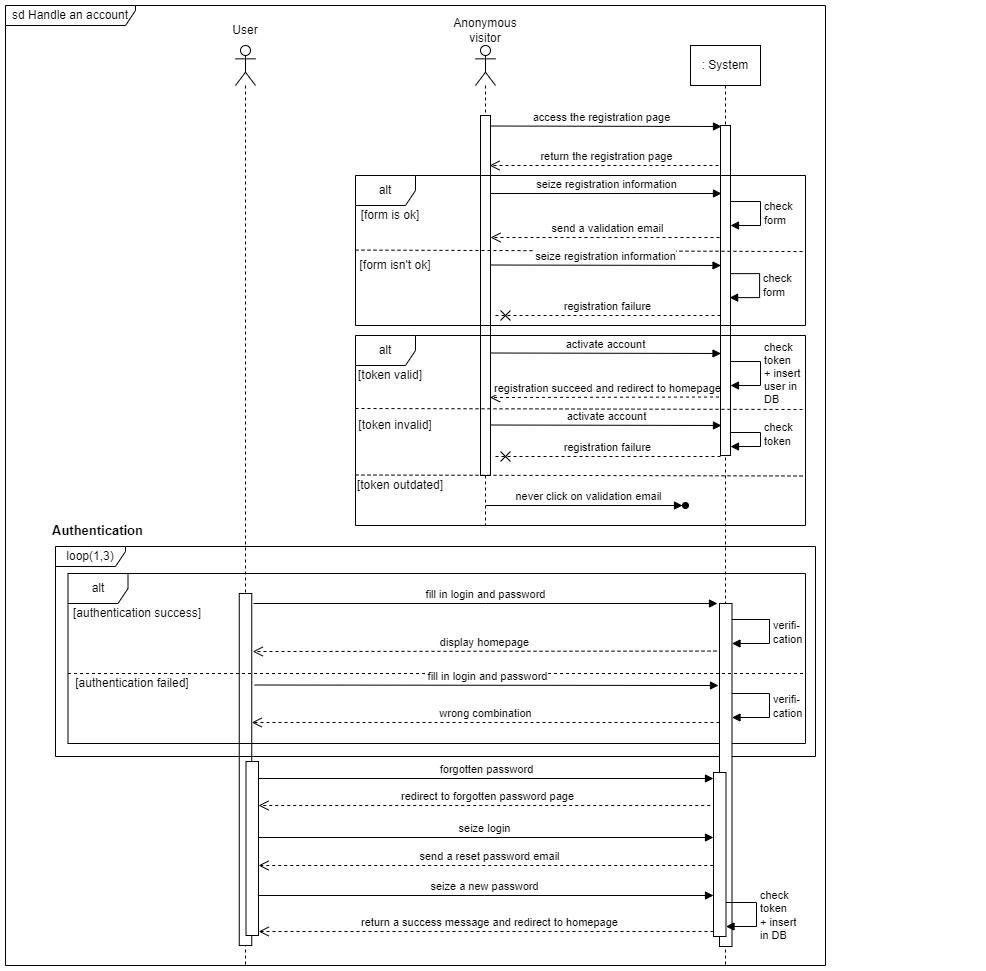
Before: diagrammes/Seq - Handle an account.drawio.png, a diagram exported from draw.io (David-Renard/OC-p6). Source tidied: cells renumbered, new cells last; positions are measured from the earlier drawing's top-left corner, leaving out a move shared by most shapes.
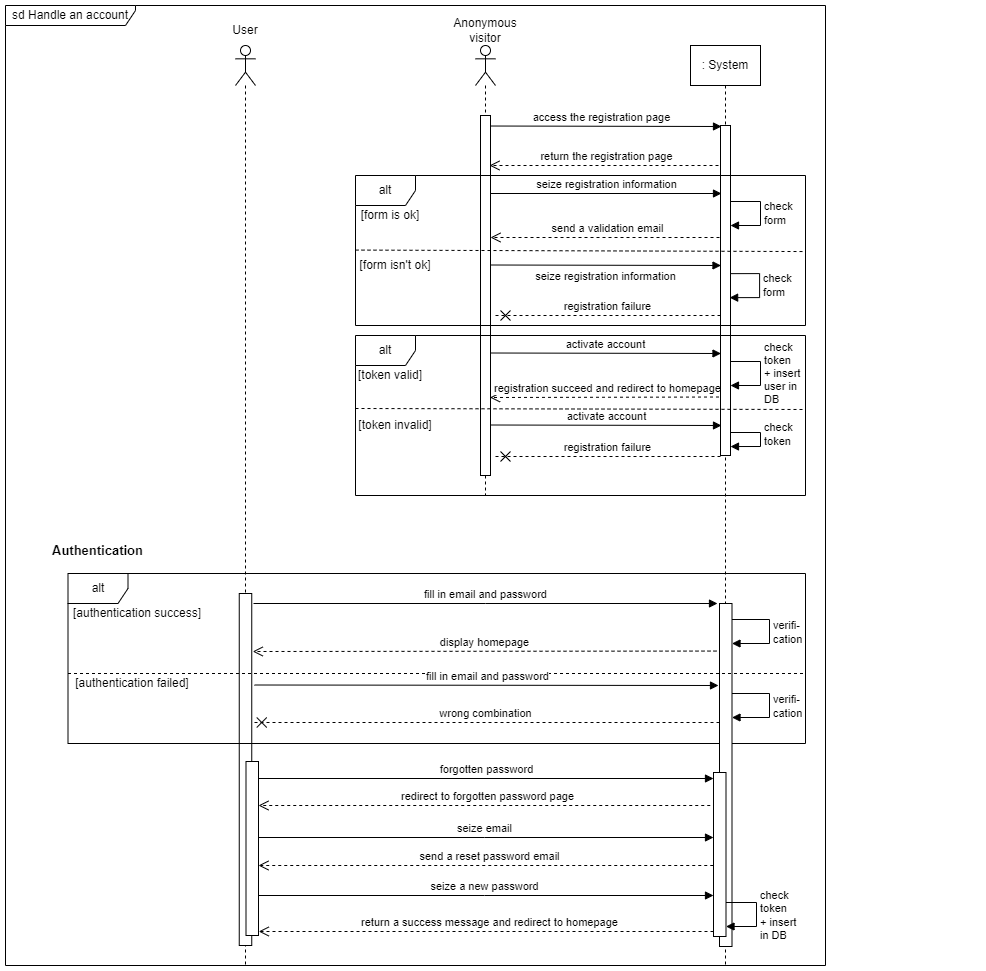
The same diagram one commit later.

What changed in the source:
```diff
@@ -78,7 +78,7 @@
       </mxGeometry>
     </mxCell>
     <mxCell id="17" style="shape=umlLifeline;perimeter=lifelinePerimeter;whiteSpace=wrap;html=1;newEdgeStyle={&quot;edgeStyle&quot;:&quot;elbowEdgeStyle&quot;,&quot;elbow&quot;:&quot;vertical&quot;,&quot;curved&quot;:0,&quot;rounded&quot;:0};participant=umlActor;" parent="1" vertex="1">
-      <mxGeometry x="470" y="40" width="20" height="480" as="geometry" />
+      <mxGeometry x="470" y="40" width="20" height="450" as="geometry" />
     </mxCell>
     <mxCell id="18" style="html=1;points=[];perimeter=orthogonalPerimeter;outlineConnect=0;targetShapes=umlLifeline;portConstraint=eastwest;newEdgeStyle={&quot;edgeStyle&quot;:&quot;elbowEdgeStyle&quot;,&quot;elbow&quot;:&quot;vertical&quot;,&quot;curved&quot;:0,&quot;rounded&quot;:0};" parent="17" vertex="1">
       <mxGeometry x="5" y="70" width="10" height="360" as="geometry" />
@@ -87,7 +87,7 @@
       <mxGeometry x="210" y="10" width="60" height="30" as="geometry" />
     </mxCell>
     <mxCell id="20" value="alt" style="shape=umlFrame;whiteSpace=wrap;html=1;" parent="1" vertex="1">
-      <mxGeometry x="350" y="330" width="450" height="190" as="geometry" />
+      <mxGeometry x="350" y="330" width="450" height="160" as="geometry" />
     </mxCell>
     <mxCell id="21" value="activate account" style="html=1;verticalAlign=bottom;endArrow=block;edgeStyle=elbowEdgeStyle;elbow=vertical;curved=0;rounded=0;" parent="1" edge="1">
       <mxGeometry relative="1" as="geometry">
@@ -166,34 +166,10 @@
         </Array>
       </mxGeometry>
     </mxCell>
-    <mxCell id="34" style="endArrow=none;dashed=1;html=1;rounded=0;exitX=0;exitY=0.386;exitDx=0;exitDy=0;exitPerimeter=0;" parent="1" edge="1">
-      <mxGeometry relative="1" as="geometry">
-        <mxPoint x="350" y="469.5" as="sourcePoint" />
-        <mxPoint x="800" y="470.5" as="targetPoint" />
-      </mxGeometry>
-    </mxCell>
-    <mxCell id="35" value="[token outdated]" style="text;html=1;strokeColor=none;fillColor=none;align=center;verticalAlign=middle;whiteSpace=wrap;rounded=0;" parent="1" vertex="1">
-      <mxGeometry x="350" y="470" width="90" height="20" as="geometry" />
-    </mxCell>
-    <mxCell id="36" style="group;" parent="1" vertex="1">
-      <mxGeometry x="480.5" y="500" width="199.5" as="geometry" />
-    </mxCell>
-    <mxCell id="37" value="never click on validation email" style="html=1;verticalAlign=bottom;endArrow=block;edgeStyle=elbowEdgeStyle;elbow=vertical;curved=0;rounded=0;" parent="36" edge="1">
-      <mxGeometry relative="1" as="geometry">
-        <mxPoint x="7.5" as="sourcePoint" />
-        <mxPoint x="196.5" as="targetPoint" />
-      </mxGeometry>
-    </mxCell>
-    <mxCell id="38" style="html=1;verticalAlign=bottom;endArrow=oval;edgeStyle=elbowEdgeStyle;elbow=vertical;curved=0;rounded=0;endFill=1;" parent="36" edge="1">
-      <mxGeometry relative="1" as="geometry">
-        <mxPoint as="sourcePoint" />
-        <mxPoint x="199.5" as="targetPoint" />
-      </mxGeometry>
-    </mxCell>
     <mxCell id="39" style="group;" parent="1" vertex="1">
       <mxGeometry x="50" y="541" width="925" height="400" as="geometry" />
     </mxCell>
-    <mxCell id="40" value="fill in login and password" style="html=1;verticalAlign=bottom;endArrow=block;edgeStyle=elbowEdgeStyle;elbow=vertical;curved=0;rounded=0;" parent="39" edge="1">
+    <mxCell id="40" value="fill in email and password" style="html=1;verticalAlign=bottom;endArrow=block;edgeStyle=elbowEdgeStyle;elbow=vertical;curved=0;rounded=0;" parent="39" edge="1">
       <mxGeometry relative="1" as="geometry">
         <mxPoint x="198" y="57" as="sourcePoint" />
         <mxPoint x="662" y="57" as="targetPoint" />
@@ -208,9 +184,6 @@
     <mxCell id="43" value="[authentication success]" style="text;html=1;strokeColor=none;fillColor=none;align=center;verticalAlign=middle;whiteSpace=wrap;rounded=0;" parent="39" vertex="1">
       <mxGeometry x="12.5" y="57" width="137.5" height="20" as="geometry" />
     </mxCell>
-    <mxCell id="44" value="loop(1,3)" style="shape=umlFrame;whiteSpace=wrap;html=1;width=70;height=20;" parent="39" vertex="1">
-      <mxGeometry width="760" height="210" as="geometry" />
-    </mxCell>
     <mxCell id="45" style="html=1;perimeter=orthogonalPerimeter;targetShapes=umlLifeline;newEdgeStyle={&quot;edgeStyle&quot;:&quot;elbowEdgeStyle&quot;,&quot;elbow&quot;:&quot;vertical&quot;,&quot;curved&quot;:0,&quot;rounded&quot;:0};" parent="39" vertex="1">
       <mxGeometry x="664" y="57" width="12.5" height="343" as="geometry" />
     </mxCell>
@@ -225,7 +198,7 @@
         </Array>
       </mxGeometry>
     </mxCell>
-    <mxCell id="47" value="wrong combination" style="html=1;verticalAlign=bottom;endArrow=open;dashed=1;endSize=8;edgeStyle=elbowEdgeStyle;elbow=vertical;curved=0;rounded=0;endFill=0;" parent="39" edge="1" target="11">
+    <mxCell id="47" value="wrong combination" style="html=1;verticalAlign=bottom;endArrow=cross;dashed=1;endSize=8;edgeStyle=elbowEdgeStyle;elbow=vertical;curved=0;rounded=0;endFill=0;" parent="39" edge="1" target="11">
       <mxGeometry relative="1" as="geometry">
         <mxPoint x="664" y="176" as="sourcePoint" />
       </mxGeometry>
@@ -257,7 +230,7 @@
         <mxPoint x="660.8" y="259" as="sourcePoint" />
       </mxGeometry>
     </mxCell>
-    <mxCell id="52" value="seize login" style="html=1;verticalAlign=bottom;endArrow=block;edgeStyle=elbowEdgeStyle;elbow=vertical;curved=0;rounded=0;" parent="39" edge="1" target="54">
+    <mxCell id="52" value="seize email" style="html=1;verticalAlign=bottom;endArrow=block;edgeStyle=elbowEdgeStyle;elbow=vertical;curved=0;rounded=0;" parent="39" edge="1" target="54">
       <mxGeometry relative="1" as="geometry">
         <mxPoint x="200" y="291" as="sourcePoint" />
       </mxGeometry>
@@ -286,7 +259,7 @@
         </Array>
       </mxGeometry>
     </mxCell>
-    <mxCell id="57" value="fill in login and password" style="html=1;verticalAlign=bottom;endArrow=block;edgeStyle=elbowEdgeStyle;elbow=vertical;curved=0;rounded=0;" parent="39" edge="1">
+    <mxCell id="57" value="fill in email and password" style="html=1;verticalAlign=bottom;endArrow=block;edgeStyle=elbowEdgeStyle;elbow=vertical;curved=0;rounded=0;" parent="39" edge="1">
       <mxGeometry relative="1" as="geometry">
         <mxPoint x="199" y="138.5" as="sourcePoint" />
         <mxPoint x="663" y="138.5" as="targetPoint" />
@@ -299,13 +272,13 @@
       </mxGeometry>
     </mxCell>
     <mxCell id="59" value="&lt;span style=&quot;font-size: 13px;&quot;&gt;Authentication&lt;/span&gt;" style="text;html=1;strokeColor=none;fillColor=none;align=center;verticalAlign=middle;whiteSpace=wrap;rounded=0;fontStyle=1;fontSize=13;" parent="1" vertex="1">
-      <mxGeometry x="30" y="510" width="125" height="30" as="geometry" />
+      <mxGeometry x="30" y="530" width="125" height="30" as="geometry" />
     </mxCell>
     <mxCell id="60" style="html=1;points=[];perimeter=orthogonalPerimeter;outlineConnect=0;targetShapes=umlLifeline;portConstraint=eastwest;newEdgeStyle={&quot;edgeStyle&quot;:&quot;elbowEdgeStyle&quot;,&quot;elbow&quot;:&quot;vertical&quot;,&quot;curved&quot;:0,&quot;rounded&quot;:0};" parent="1" vertex="1">
       <mxGeometry x="240.5" y="756" width="12.5" height="174" as="geometry" />
     </mxCell>
     <mxCell id="61" value="seize registration information" style="html=1;verticalAlign=bottom;endArrow=block;edgeStyle=elbowEdgeStyle;elbow=vertical;curved=0;rounded=0;" parent="1" edge="1">
-      <mxGeometry relative="1" as="geometry">
+      <mxGeometry y="-20" relative="1" as="geometry">
         <mxPoint x="484.5" y="259.5" as="sourcePoint" />
         <mxPoint x="715.5" y="259.5" as="targetPoint" />
       </mxGeometry>
```
